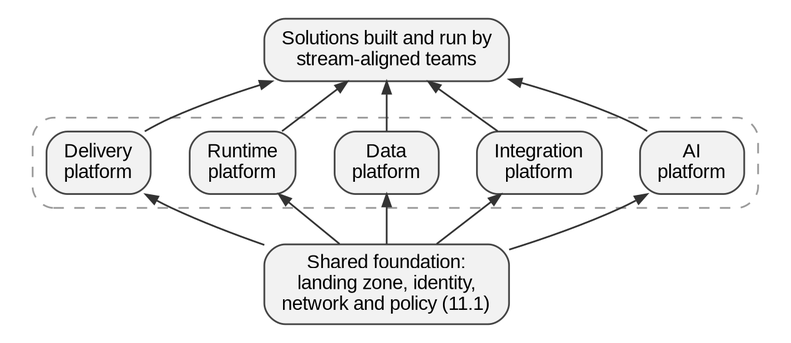
cesarcastrocuba/handbook-solutions-architecture keeps this Graphviz diagram as assets/diagrams/rendered/platform-types.png. Above is the earlier version. Its source is kept beside it as assets/diagrams/src/platform-types.dot.
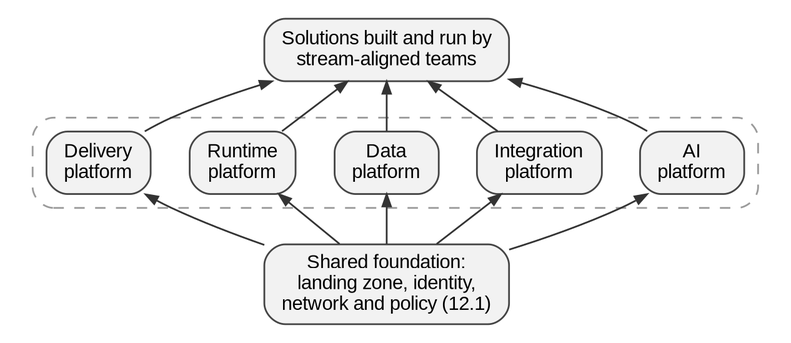
Later version of the same file.

Change to the diagram source:
```diff
@@ -1,6 +1,6 @@
 digraph G {
  rankdir=BT;
- f [label="Shared foundation:\nlanding zone, identity,\nnetwork and policy (11.1)"];
+ f [label="Shared foundation:\nlanding zone, identity,\nnetwork and policy (12.1)"];
  subgraph cluster_platforms {
   label="";
   a [label="AI\nplatform"];
```
